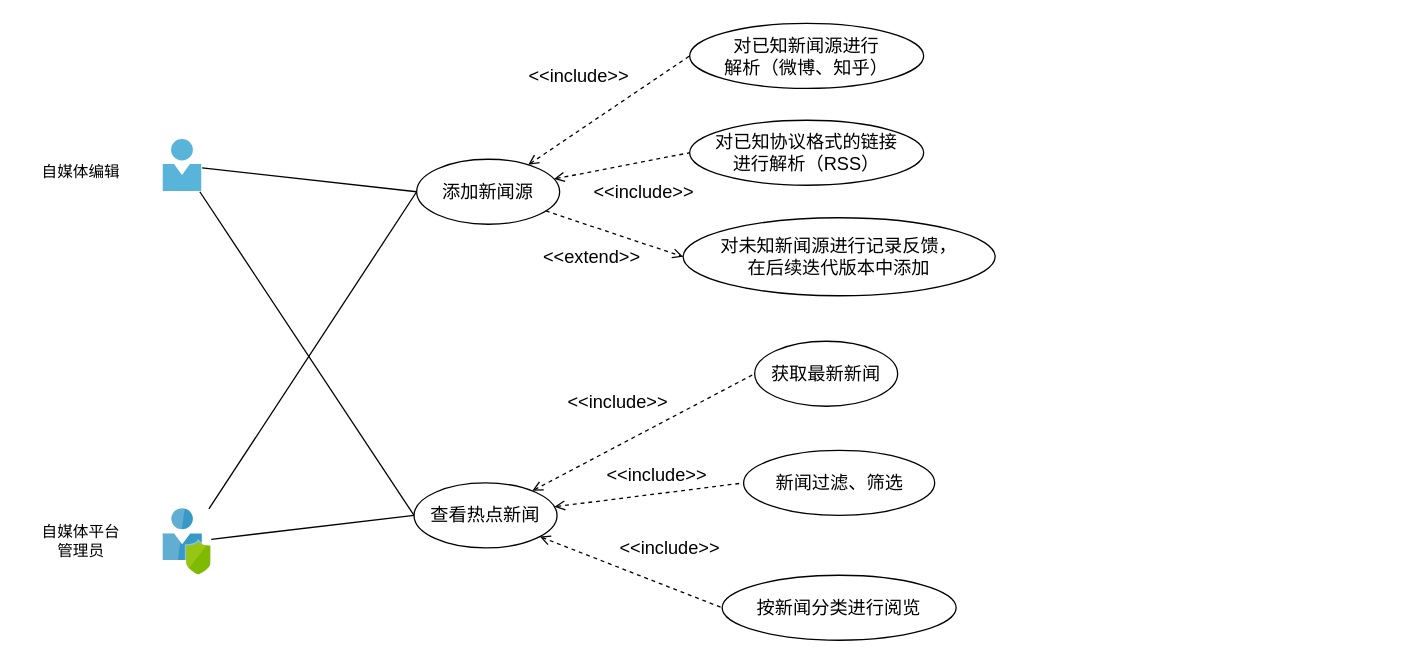
Above: 1-SoftwareRequirements/NewsFeed/nf_usercase.drawio in zan-press/diagram (draw.io), before the change. Source tidied: cells renumbered, new cells numbered last; positions are measured from the earlier drawing's top-left corner, leaving out a move shared by most shapes. Both pictures are drawn from the tidied source at 130%, with x=0, y=0 at pixel (22, 23).
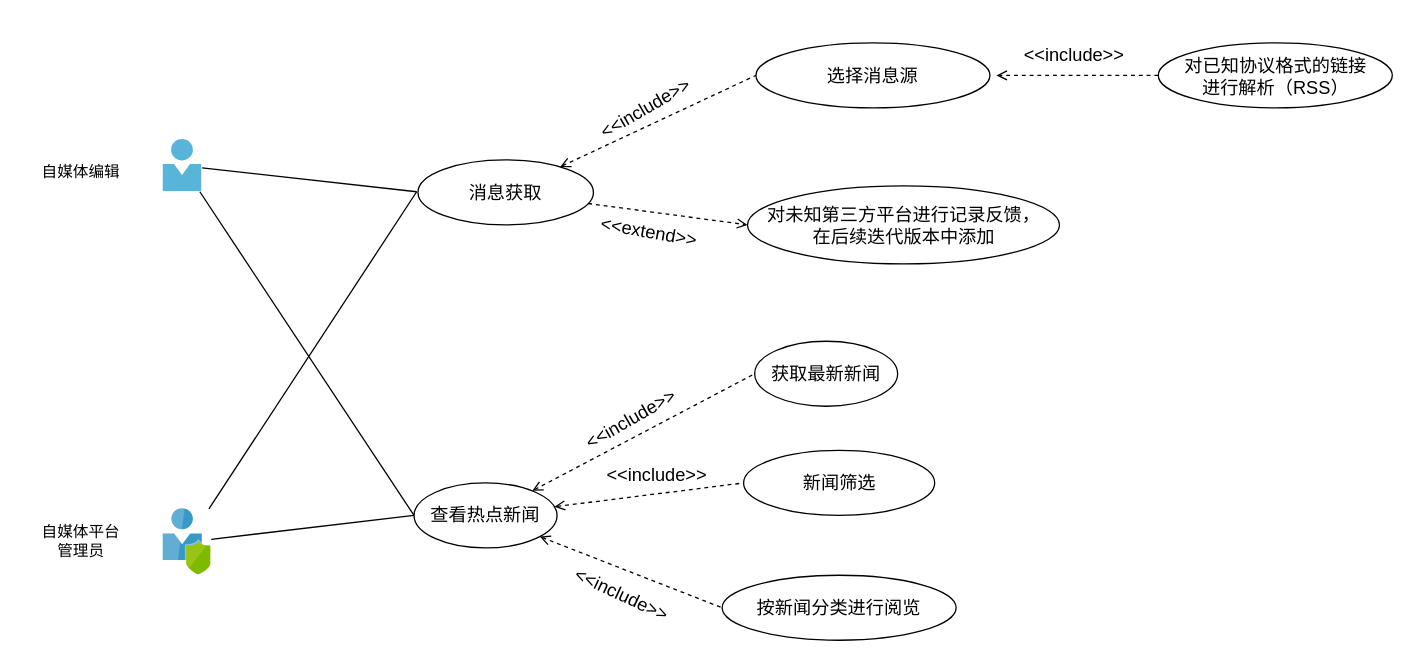
After the change.

Unchanged cells that the change refers to:
```xml
<mxCell id="4" style="html=1;points=[];align=center;image;fontSize=12;image=img/lib/mscae/Person.svg;" parent="1" vertex="1">
  <mxGeometry x="108" y="89" width="30" height="40" as="geometry" />
</mxCell>
<mxCell id="7" style="html=1;points=[];align=center;image;fontSize=12;image=img/lib/mscae/User_Privacy.svg;" parent="1" vertex="1">
  <mxGeometry x="108" y="373" width="37" height="51" as="geometry" />
</mxCell>
```

What changed in the source:
```diff
@@
-    <mxCell id="2" style="rounded=0;jettySize=auto;html=1;fontFamily=SF Mono;fontSize=14;endArrow=none;endFill=0;entryX=0;entryY=0.5;entryDx=0;entryDy=0;" parent="1" edge="1" source="4" target="13">
-      <mxGeometry relative="1" as="geometry" />
+    <mxCell id="2" style="rounded=0;jettySize=auto;html=1;fontFamily=SF Mono;fontSize=14;endArrow=none;endFill=0;entryX=0;entryY=0.5;entryDx=0;entryDy=0;" parent="1" edge="1" source="4">
+      <mxGeometry relative="1" as="geometry">
+        <mxPoint x="303" y="129" as="targetPoint" />
+      </mxGeometry>
     </mxCell>
@@
-    <mxCell id="6" style="edgeStyle=none;rounded=0;jettySize=auto;html=1;entryX=0;entryY=0.5;entryDx=0;entryDy=0;startArrow=none;startFill=0;endArrow=none;endFill=0;fontFamily=SF Mono;fontSize=14;" parent="1" edge="1" source="7" target="13">
-      <mxGeometry relative="1" as="geometry" />
+    <mxCell id="6" style="edgeStyle=none;rounded=0;jettySize=auto;html=1;entryX=0;entryY=0.5;entryDx=0;entryDy=0;startArrow=none;startFill=0;endArrow=none;endFill=0;fontFamily=SF Mono;fontSize=14;" parent="1" edge="1" source="7">
+      <mxGeometry relative="1" as="geometry">
+        <mxPoint x="303" y="129" as="targetPoint" />
+      </mxGeometry>
     </mxCell>
@@
-    <mxCell id="13" value="添加新闻源" style="ellipse;whiteSpace=wrap;html=1;fontFamily=SF Mono;fontSize=14;" parent="1" vertex="1">
-      <mxGeometry x="303" y="104" width="110" height="50" as="geometry" />
-    </mxCell>
@@
-    <mxCell id="15" value="&amp;lt;&amp;lt;extend&amp;gt;&amp;gt;" style="text;html=1;strokeColor=none;fillColor=none;align=center;verticalAlign=middle;whiteSpace=wrap;rounded=0;fontFamily=SF Mono;fontSize=14;rotation=0;" parent="1" vertex="1">
-      <mxGeometry x="388" y="169" width="100" height="20" as="geometry" />
-    </mxCell>
@@
-    <mxCell id="17" value="新闻过滤、筛选" style="ellipse;whiteSpace=wrap;html=1;fontFamily=SF Mono;fontSize=14;" parent="1" vertex="1">
+    <mxCell id="17" value="新闻筛选" style="ellipse;whiteSpace=wrap;html=1;fontFamily=SF Mono;fontSize=14;" parent="1" vertex="1">
       <mxGeometry x="554.5" y="328" width="147" height="50" as="geometry" />
     </mxCell>
@@
-    <mxCell id="19" value="&amp;lt;&amp;lt;include&amp;gt;&amp;gt;" style="text;html=1;strokeColor=none;fillColor=none;align=center;verticalAlign=middle;whiteSpace=wrap;rounded=0;fontFamily=SF Mono;fontSize=14;rotation=0;" parent="1" vertex="1">
-      <mxGeometry x="408" y="281" width="100" height="20" as="geometry" />
+    <mxCell id="19" value="&amp;lt;&amp;lt;include&amp;gt;&amp;gt;" style="text;html=1;strokeColor=none;fillColor=none;align=center;verticalAlign=middle;whiteSpace=wrap;rounded=0;fontFamily=SF Mono;fontSize=14;rotation=-30;" parent="1" vertex="1">
+      <mxGeometry x="418" y="294" width="100" height="20" as="geometry" />
     </mxCell>
@@
-    <mxCell id="21" value="&amp;lt;&amp;lt;include&amp;gt;&amp;gt;" style="text;html=1;strokeColor=none;fillColor=none;align=center;verticalAlign=middle;whiteSpace=wrap;rounded=0;fontFamily=SF Mono;fontSize=14;rotation=0;" parent="1" vertex="1">
-      <mxGeometry x="448" y="393" width="100" height="20" as="geometry" />
+    <mxCell id="21" value="&amp;lt;&amp;lt;include&amp;gt;&amp;gt;" style="text;html=1;strokeColor=none;fillColor=none;align=center;verticalAlign=middle;whiteSpace=wrap;rounded=0;fontFamily=SF Mono;fontSize=14;rotation=25;" parent="1" vertex="1">
+      <mxGeometry x="411" y="429" width="100" height="20" as="geometry" />
     </mxCell>
-    <mxCell id="22" value="对已知新闻源进行&lt;br&gt;解析（微博、知乎）" style="ellipse;whiteSpace=wrap;html=1;fontFamily=SF Mono;fontSize=14;" parent="1" vertex="1">
-      <mxGeometry x="513" y="-0.5" width="180" height="50" as="geometry" />
-    </mxCell>
-    <mxCell id="23" style="edgeStyle=none;rounded=0;jettySize=auto;html=1;entryX=0;entryY=0.5;entryDx=0;entryDy=0;dashed=1;startArrow=open;startFill=0;endArrow=none;endFill=0;fontFamily=SF Mono;fontSize=14;" parent="1" edge="1" source="13" target="22">
-      <mxGeometry relative="1" as="geometry" />
-    </mxCell>
+    <mxCell id="28" value="&amp;lt;&amp;lt;include&amp;gt;&amp;gt;" style="text;html=1;strokeColor=none;fillColor=none;align=center;verticalAlign=middle;whiteSpace=wrap;rounded=0;fontFamily=SF Mono;fontSize=14;rotation=0;" parent="1" vertex="1">
+      <mxGeometry x="438" y="337" width="100" height="20" as="geometry" />
+    </mxCell>
+    <mxCell id="31" value="消息获取" style="ellipse;whiteSpace=wrap;html=1;fontFamily=SF Mono;fontSize=14;" parent="1" vertex="1">
+      <mxGeometry x="304" y="104.5" width="135" height="50" as="geometry" />
+    </mxCell>
+    <mxCell id="15" value="&amp;lt;&amp;lt;extend&amp;gt;&amp;gt;" style="text;html=1;strokeColor=none;fillColor=none;align=center;verticalAlign=middle;whiteSpace=wrap;rounded=0;fontFamily=SF Mono;fontSize=14;rotation=10;" parent="1" vertex="1">
+      <mxGeometry x="432" y="150" width="100" height="20" as="geometry" />
+    </mxCell>
+    <mxCell id="32" value="选择消息源" style="ellipse;whiteSpace=wrap;html=1;fontFamily=SF Mono;fontSize=14;" parent="1" vertex="1">
+      <mxGeometry x="564" y="14.5" width="180" height="50" as="geometry" />
+    </mxCell>
+    <mxCell id="33" style="edgeStyle=none;rounded=0;jettySize=auto;html=1;entryX=0;entryY=0.5;entryDx=0;entryDy=0;dashed=1;startArrow=open;startFill=0;endArrow=none;endFill=0;fontFamily=SF Mono;fontSize=14;" parent="1" edge="1" source="31" target="32">
+      <mxGeometry relative="1" as="geometry" />
+    </mxCell>
+    <mxCell id="34" style="edgeStyle=none;rounded=0;jettySize=auto;html=1;exitX=0;exitY=0.5;exitDx=0;exitDy=0;dashed=1;startArrow=none;startFill=0;endArrow=open;endFill=0;" parent="1" edge="1" source="24">
+      <mxGeometry relative="1" as="geometry">
+        <mxPoint x="749" y="39.5" as="targetPoint" />
+      </mxGeometry>
+    </mxCell>
     <mxCell id="24" value="对已知协议格式的链接&lt;br&gt;进行解析（RSS）" style="ellipse;whiteSpace=wrap;html=1;fontFamily=SF Mono;fontSize=14;" parent="1" vertex="1">
-      <mxGeometry x="513" y="74" width="180" height="50" as="geometry" />
+      <mxGeometry x="873.5" y="14.5" width="180" height="50" as="geometry" />
     </mxCell>
-    <mxCell id="25" style="edgeStyle=none;rounded=0;jettySize=auto;html=1;entryX=0;entryY=0.5;entryDx=0;entryDy=0;dashed=1;startArrow=open;startFill=0;endArrow=none;endFill=0;fontFamily=SF Mono;fontSize=14;" parent="1" edge="1" source="13" target="24">
-      <mxGeometry relative="1" as="geometry" />
-    </mxCell>
-    <mxCell id="26" value="对未知新闻源进行记录反馈，&lt;br&gt;在后续迭代版本中添加" style="ellipse;whiteSpace=wrap;html=1;fontFamily=SF Mono;fontSize=14;" parent="1" vertex="1">
-      <mxGeometry x="508" y="149" width="240" height="60" as="geometry" />
-    </mxCell>
-    <mxCell id="27" style="edgeStyle=none;rounded=0;jettySize=auto;html=1;dashed=1;startArrow=none;startFill=0;endArrow=open;endFill=0;fontFamily=SF Mono;fontSize=14;entryX=0;entryY=0.5;entryDx=0;entryDy=0;" parent="1" edge="1" source="13" target="26">
-      <mxGeometry relative="1" as="geometry" />
-    </mxCell>
-    <mxCell id="28" value="&amp;lt;&amp;lt;include&amp;gt;&amp;gt;" style="text;html=1;strokeColor=none;fillColor=none;align=center;verticalAlign=middle;whiteSpace=wrap;rounded=0;fontFamily=SF Mono;fontSize=14;rotation=0;" parent="1" vertex="1">
-      <mxGeometry x="438" y="337" width="100" height="20" as="geometry" />
-    </mxCell>
-    <mxCell id="29" value="&amp;lt;&amp;lt;include&amp;gt;&amp;gt;" style="text;html=1;strokeColor=none;fillColor=none;align=center;verticalAlign=middle;whiteSpace=wrap;rounded=0;fontFamily=SF Mono;fontSize=14;rotation=0;" parent="1" vertex="1">
-      <mxGeometry x="378" y="29.5" width="100" height="20" as="geometry" />
-    </mxCell>
-    <mxCell id="30" value="&amp;lt;&amp;lt;include&amp;gt;&amp;gt;" style="text;html=1;strokeColor=none;fillColor=none;align=center;verticalAlign=middle;whiteSpace=wrap;rounded=0;fontFamily=SF Mono;fontSize=14;rotation=0;" parent="1" vertex="1">
-      <mxGeometry x="428" y="119" width="100" height="20" as="geometry" />
-    </mxCell>
+    <mxCell id="35" value="对未知第三方平台进行记录反馈，&lt;br&gt;在后续迭代版本中添加" style="ellipse;whiteSpace=wrap;html=1;fontFamily=SF Mono;fontSize=14;" parent="1" vertex="1">
+      <mxGeometry x="557.5" y="124.5" width="240" height="60" as="geometry" />
+    </mxCell>
+    <mxCell id="36" style="edgeStyle=none;rounded=0;jettySize=auto;html=1;dashed=1;startArrow=none;startFill=0;endArrow=open;endFill=0;fontFamily=SF Mono;fontSize=14;entryX=0;entryY=0.5;entryDx=0;entryDy=0;" parent="1" edge="1" source="31" target="35">
+      <mxGeometry relative="1" as="geometry" />
+    </mxCell>
+    <mxCell id="37" value="&amp;lt;&amp;lt;include&amp;gt;&amp;gt;" style="text;html=1;strokeColor=none;fillColor=none;align=center;verticalAlign=middle;whiteSpace=wrap;rounded=0;fontFamily=SF Mono;fontSize=14;rotation=-30;" parent="1" vertex="1">
+      <mxGeometry x="429" y="54.5" width="100" height="20" as="geometry" />
+    </mxCell>
+    <mxCell id="38" value="&amp;lt;&amp;lt;include&amp;gt;&amp;gt;" style="text;html=1;strokeColor=none;fillColor=none;align=center;verticalAlign=middle;whiteSpace=wrap;rounded=0;fontFamily=SF Mono;fontSize=14;rotation=0;" parent="1" vertex="1">
+      <mxGeometry x="758.8" y="13.5" width="100" height="20" as="geometry" />
+    </mxCell>
```
